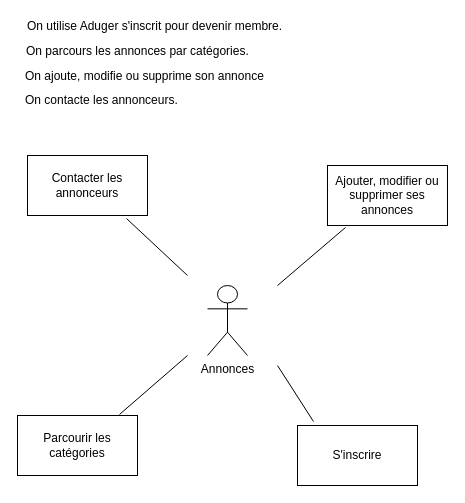
This is a.drawio from Cyprien-png/Adjuger, a draw.io file, before an edit. Source tidied: cells renumbered, new cells numbered last; positions are measured from the earlier drawing's top-left corner, leaving out a move shared by most shapes. Both pictures are drawn from the tidied source at 100%, with x=0, y=0 at pixel (17, 17).
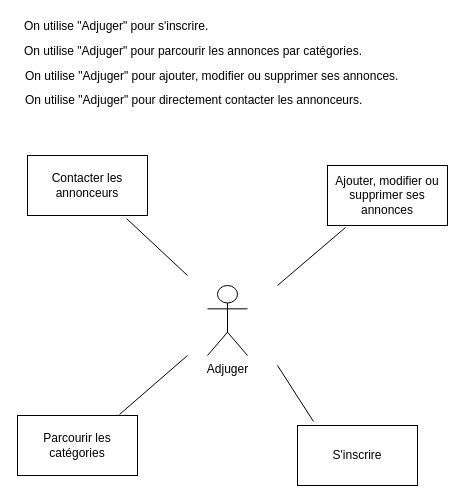
After the change.

Commit message (it also covers changes not shown here):
Export of the Use-case in png

The edit, as a diff of the source:
```diff
@@
 <mxGraphModel>
   <root>
     <mxCell id="0" />
     <mxCell id="1" parent="0" />
-    <mxCell id="2" value="Annonces" style="shape=umlActor;verticalLabelPosition=bottom;verticalAlign=top;html=1;" parent="1" vertex="1">
+    <mxCell id="2" value="Adjuger" style="shape=umlActor;verticalLabelPosition=bottom;verticalAlign=top;html=1;" parent="1" vertex="1">
       <mxGeometry x="190" y="268" width="40" height="70" as="geometry" />
     </mxCell>
     <mxCell id="3" value="S'inscrire" style="rounded=0;whiteSpace=wrap;html=1;" parent="1" vertex="1">
       <mxGeometry x="280" y="408" width="120" height="60" as="geometry" />
     </mxCell>
     <mxCell id="4" value="Ajouter, modifier ou supprimer ses annonces" style="rounded=0;whiteSpace=wrap;html=1;" parent="1" vertex="1">
       <mxGeometry x="310" y="148" width="120" height="60" as="geometry" />
     </mxCell>
     <mxCell id="5" value="Parcourir les catégories" style="rounded=0;whiteSpace=wrap;html=1;" parent="1" vertex="1">
       <mxGeometry y="398" width="120" height="60" as="geometry" />
     </mxCell>
     <mxCell id="6" value="Contacter les annonceurs" style="rounded=0;whiteSpace=wrap;html=1;" parent="1" vertex="1">
       <mxGeometry x="10" y="138" width="120" height="60" as="geometry" />
     </mxCell>
     <mxCell id="7" style="endArrow=none;html=1;exitX=0.825;exitY=1.05;exitDx=0;exitDy=0;exitPerimeter=0;" parent="1" edge="1" source="6">
       <mxGeometry relative="1" as="geometry">
         <mxPoint x="170" y="258" as="targetPoint" />
       </mxGeometry>
     </mxCell>
     <mxCell id="8" style="endArrow=none;html=1;entryX=0.15;entryY=1.033;entryDx=0;entryDy=0;entryPerimeter=0;" parent="1" edge="1" target="4">
       <mxGeometry relative="1" as="geometry">
         <mxPoint x="260" y="268" as="sourcePoint" />
       </mxGeometry>
     </mxCell>
     <mxCell id="9" style="endArrow=none;html=1;entryX=0.133;entryY=-0.067;entryDx=0;entryDy=0;entryPerimeter=0;" parent="1" edge="1" target="3">
       <mxGeometry relative="1" as="geometry">
         <mxPoint x="260" y="348" as="sourcePoint" />
       </mxGeometry>
     </mxCell>
     <mxCell id="10" style="endArrow=none;html=1;exitX=0.85;exitY=-0.017;exitDx=0;exitDy=0;exitPerimeter=0;" parent="1" edge="1" source="5">
       <mxGeometry relative="1" as="geometry">
         <mxPoint x="170" y="338" as="targetPoint" />
       </mxGeometry>
     </mxCell>
-    <mxCell id="11" value="On parcours les annonces par catégories." style="text;html=1;align=left;verticalAlign=middle;" parent="1" vertex="1">
-      <mxGeometry x="7" y="25" width="233" height="18" as="geometry" />
+    <mxCell id="11" value="On utilise &quot;Adjuger&quot; pour parcourir les annonces par catégories." style="text;html=1;align=left;verticalAlign=middle;" parent="1" vertex="1">
+      <mxGeometry x="5" y="25" width="348" height="18" as="geometry" />
     </mxCell>
-    <mxCell id="12" value="On contacte les annonceurs." style="text;html=1;align=left;verticalAlign=middle;" parent="1" vertex="1">
-      <mxGeometry x="6" y="74" width="163" height="18" as="geometry" />
+    <mxCell id="12" value="On utilise &quot;Adjuger&quot; pour directement contacter les annonceurs." style="text;html=1;align=left;verticalAlign=middle;" parent="1" vertex="1">
+      <mxGeometry x="6" y="74" width="347" height="18" as="geometry" />
     </mxCell>
-    <mxCell id="13" value="On utilise Aduger s'inscrit pour devenir membre." style="text;html=1;align=left;verticalAlign=middle;" parent="1" vertex="1">
-      <mxGeometry x="8" width="265" height="18" as="geometry" />
+    <mxCell id="13" value="On utilise &quot;Adjuger&quot; pour s'inscrire." style="text;html=1;align=left;verticalAlign=middle;" parent="1" vertex="1">
+      <mxGeometry x="5" width="194" height="18" as="geometry" />
     </mxCell>
-    <mxCell id="14" value="On ajoute, modifie ou supprime son annonce" style="text;html=1;align=left;verticalAlign=middle;" parent="1" vertex="1">
-      <mxGeometry x="6" y="50" width="249" height="18" as="geometry" />
+    <mxCell id="14" value="On utilise &quot;Adjuger&quot; pour ajouter, modifier ou supprimer ses annonces." style="text;html=1;align=left;verticalAlign=middle;" parent="1" vertex="1">
+      <mxGeometry x="6" y="50" width="383" height="18" as="geometry" />
     </mxCell>
   </root>
 </mxGraphModel>
```
